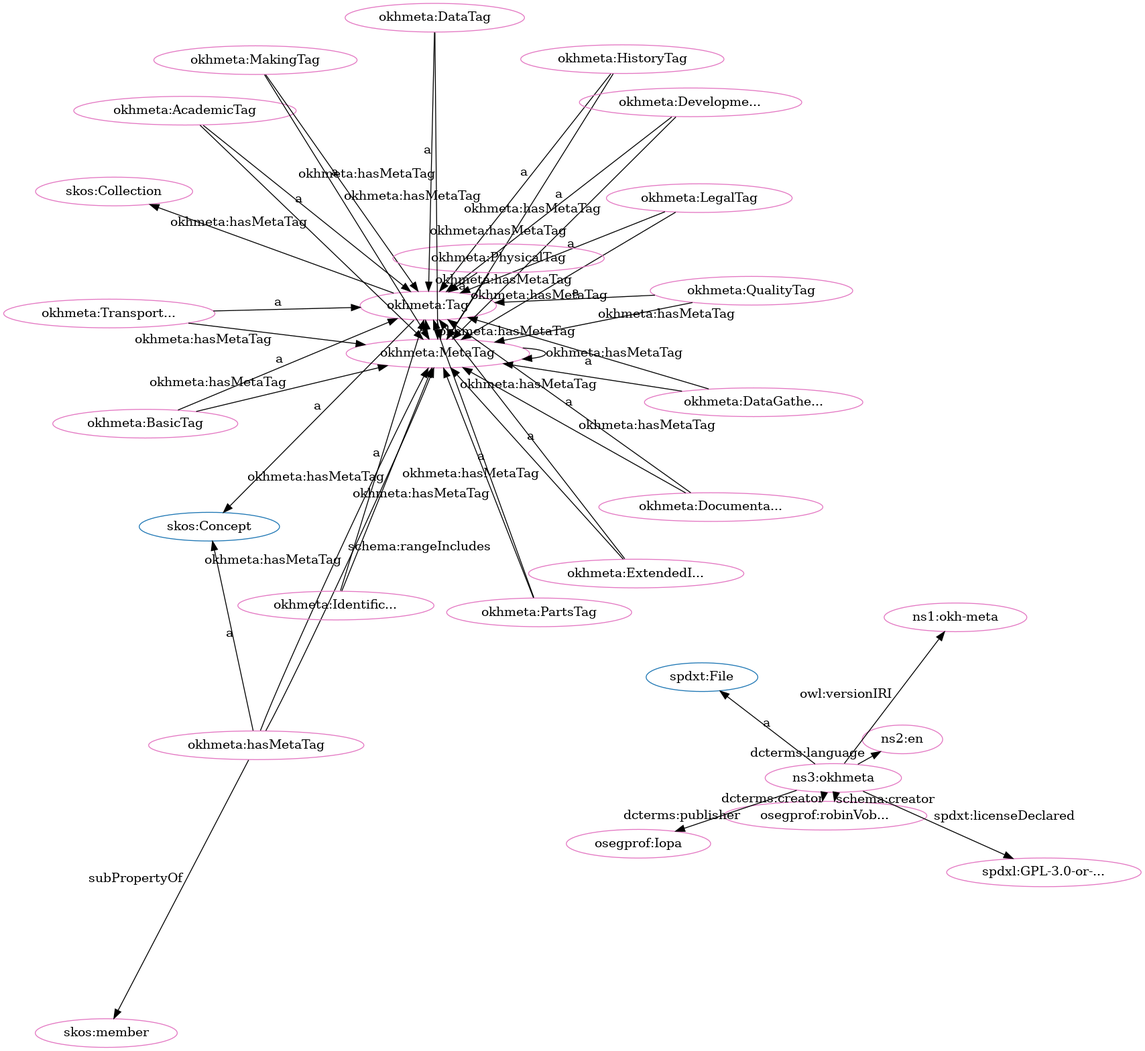
Before: src/spec/fdp_okh-meta-clean.png, a diagram exported from Graphviz (iop-alliance/OpenKnowHow). Its source is kept beside it as src/spec/fdp_okh-meta-clean.dot.
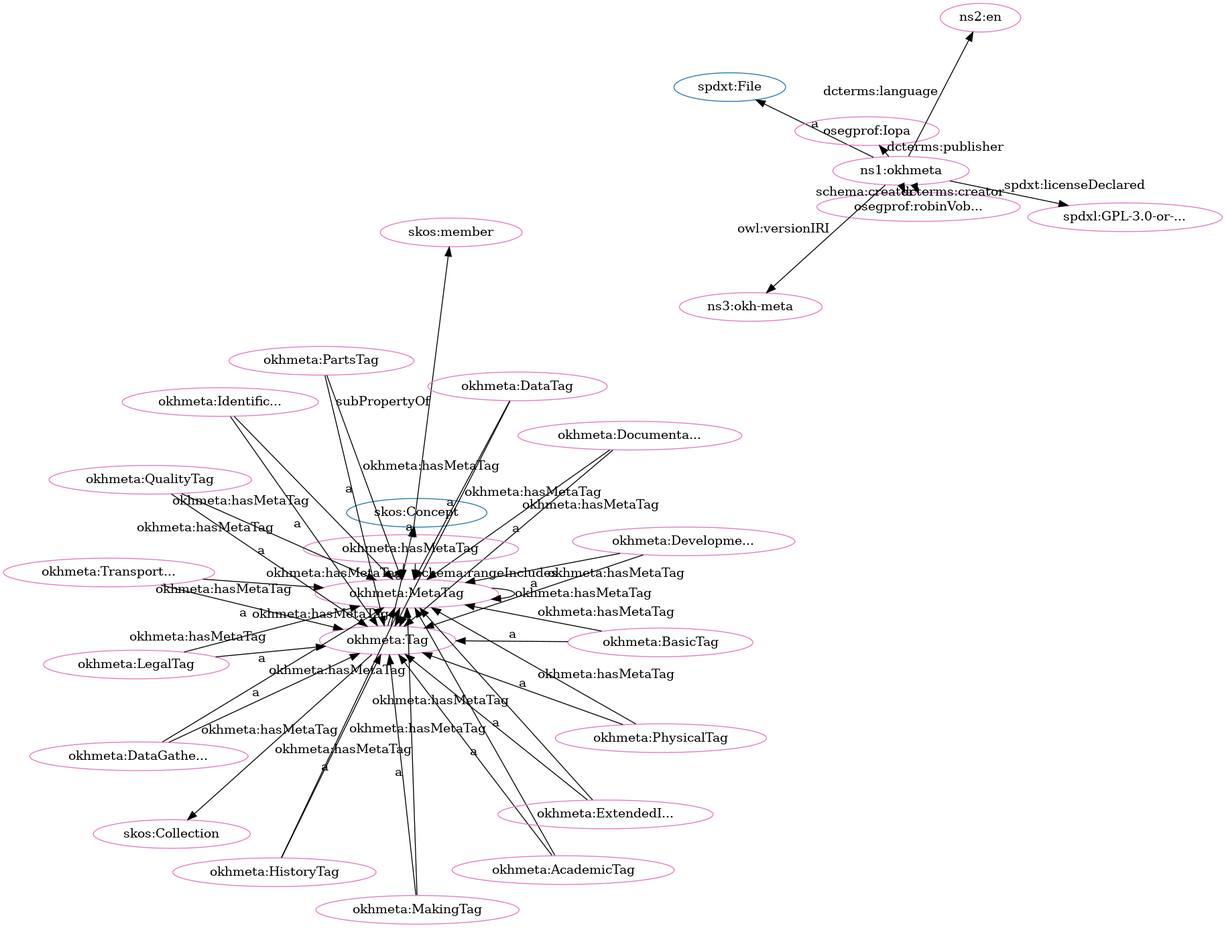
After the change.

Change to the diagram source:
```diff
@@ -2,80 +2,80 @@
   rankdir=BT
   node[height=.3]
 "http://www.w3.org/2004/02/skos/core#Collection" [fillcolor="#1f77b4" color="#1f77b4" label="skos:Collection"]
+"http://www.w3.org/2004/02/skos/core#Concept" [fillcolor="#1f77b4" color="#1f77b4" label="skos:Concept"]
 "https://w3id.org/oseg/ont/okhmeta#MetaTag" [fillcolor="#1f77b4" color="#1f77b4" label="okhmeta:MetaTag"]
-"http://www.w3.org/2004/02/skos/core#Concept" [fillcolor="#1f77b4" color="#1f77b4" label="skos:Concept"]
 "https://w3id.org/oseg/ont/okhmeta#Tag" [fillcolor="#1f77b4" color="#1f77b4" label="okhmeta:Tag"]
 "http://spdx.org/rdf/terms#File" [fillcolor="#1f77b4" color="#1f77b4" label="spdxt:File"]
+"https://w3id.org/oseg/ont/okhmeta#DocumentationTag" [fillcolor="#e377c2" color="#e377c2" label="okhmeta:Documenta..."]
+"https://w3id.org/oseg/ont/oseg-profiles#robinVobruba" [fillcolor="#e377c2" color="#e377c2" label="osegprof:robinVob..."]
+"https://w3id.org/oseg/ont/okhmeta#MetaTag" [fillcolor="#e377c2" color="#e377c2" label="okhmeta:MetaTag"]
+"https://w3id.org/oseg/ont/okhmeta#hasMetaTag" [fillcolor="#e377c2" color="#e377c2" label="okhmeta:hasMetaTag"]
+"https://w3id.org/oseg/ont/okhmeta#Tag" [fillcolor="#e377c2" color="#e377c2" label="okhmeta:Tag"]
+"https://w3id.org/oseg/ont/okhmeta#LegalTag" [fillcolor="#e377c2" color="#e377c2" label="okhmeta:LegalTag"]
+"https://w3id.org/oseg/ont/okhmeta#AcademicTag" [fillcolor="#e377c2" color="#e377c2" label="okhmeta:AcademicTag"]
+"https://w3id.org/oseg/ont/okhmeta#DataGatheringTag" [fillcolor="#e377c2" color="#e377c2" label="okhmeta:DataGathe..."]
+"https://w3id.org/oseg/ont/okhmeta#BasicTag" [fillcolor="#e377c2" color="#e377c2" label="okhmeta:BasicTag"]
+"https://w3id.org/oseg/ont/okhmeta#MakingTag" [fillcolor="#e377c2" color="#e377c2" label="okhmeta:MakingTag"]
+"https://w3id.org/oseg/ont/okhmeta#PartsTag" [fillcolor="#e377c2" color="#e377c2" label="okhmeta:PartsTag"]
+"https://w3id.org/oseg/ont/okhmeta#DataTag" [fillcolor="#e377c2" color="#e377c2" label="okhmeta:DataTag"]
+"https://w3id.org/oseg/ont/okhmeta" [fillcolor="#e377c2" color="#e377c2" label="ns1:okhmeta"]
+"https://w3id.org/oseg/ont/okhmeta#TransportationTag" [fillcolor="#e377c2" color="#e377c2" label="okhmeta:Transport..."]
+"https://w3id.org/oseg/ont/oseg-profiles#Iopa" [fillcolor="#e377c2" color="#e377c2" label="osegprof:Iopa"]
 "http://www.w3.org/2004/02/skos/core#member" [fillcolor="#e377c2" color="#e377c2" label="skos:member"]
-"https://w3id.org/oseg/ont/1.1.0/okh-meta" [fillcolor="#e377c2" color="#e377c2" label="ns1:okh-meta"]
+"https://spdx.org/licenses/GPL-3.0-or-later" [fillcolor="#e377c2" color="#e377c2" label="spdxl:GPL-3.0-or-..."]
+"https://w3id.org/oseg/ont/okhmeta#PhysicalTag" [fillcolor="#e377c2" color="#e377c2" label="okhmeta:PhysicalTag"]
+"https://w3id.org/oseg/ont/okhmeta#ExtendedInfoTag" [fillcolor="#e377c2" color="#e377c2" label="okhmeta:ExtendedI..."]
 "https://w3id.org/oseg/ont/okhmeta#QualityTag" [fillcolor="#e377c2" color="#e377c2" label="okhmeta:QualityTag"]
-"https://w3id.org/oseg/ont/okhmeta#MetaTag" [fillcolor="#e377c2" color="#e377c2" label="okhmeta:MetaTag"]
-"https://w3id.org/oseg/ont/okhmeta#AcademicTag" [fillcolor="#e377c2" color="#e377c2" label="okhmeta:AcademicTag"]
-"https://w3id.org/oseg/ont/okhmeta#ExtendedInfoTag" [fillcolor="#e377c2" color="#e377c2" label="okhmeta:ExtendedI..."]
-"https://w3id.org/oseg/ont/okhmeta#Tag" [fillcolor="#e377c2" color="#e377c2" label="okhmeta:Tag"]
-"https://w3id.org/oseg/ont/okhmeta#DocumentationTag" [fillcolor="#e377c2" color="#e377c2" label="okhmeta:Documenta..."]
-"https://w3id.org/oseg/ont/okhmeta#PartsTag" [fillcolor="#e377c2" color="#e377c2" label="okhmeta:PartsTag"]
-"https://w3id.org/oseg/ont/okhmeta#TransportationTag" [fillcolor="#e377c2" color="#e377c2" label="okhmeta:Transport..."]
-"https://w3id.org/oseg/ont/oseg-profiles#robinVobruba" [fillcolor="#e377c2" color="#e377c2" label="osegprof:robinVob..."]
 "http://id.loc.gov/vocabulary/iso639-1/en" [fillcolor="#e377c2" color="#e377c2" label="ns2:en"]
-"https://w3id.org/oseg/ont/okhmeta#hasMetaTag" [fillcolor="#e377c2" color="#e377c2" label="okhmeta:hasMetaTag"]
-"https://w3id.org/oseg/ont/okhmeta#MakingTag" [fillcolor="#e377c2" color="#e377c2" label="okhmeta:MakingTag"]
+"https://w3id.org/oseg/ont/1.1.0/okh-meta" [fillcolor="#e377c2" color="#e377c2" label="ns3:okh-meta"]
 "https://w3id.org/oseg/ont/okhmeta#HistoryTag" [fillcolor="#e377c2" color="#e377c2" label="okhmeta:HistoryTag"]
+"https://w3id.org/oseg/ont/okhmeta#IdentificationTag" [fillcolor="#e377c2" color="#e377c2" label="okhmeta:Identific..."]
 "http://www.w3.org/2004/02/skos/core#Collection" [fillcolor="#e377c2" color="#e377c2" label="skos:Collection"]
-"https://spdx.org/licenses/GPL-3.0-or-later" [fillcolor="#e377c2" color="#e377c2" label="spdxl:GPL-3.0-or-..."]
 "https://w3id.org/oseg/ont/okhmeta#DevelopmentTag" [fillcolor="#e377c2" color="#e377c2" label="okhmeta:Developme..."]
-"https://w3id.org/oseg/ont/okhmeta#IdentificationTag" [fillcolor="#e377c2" color="#e377c2" label="okhmeta:Identific..."]
-"https://w3id.org/oseg/ont/okhmeta#DataGatheringTag" [fillcolor="#e377c2" color="#e377c2" label="okhmeta:DataGathe..."]
-"https://w3id.org/oseg/ont/okhmeta" [fillcolor="#e377c2" color="#e377c2" label="ns3:okhmeta"]
-"https://w3id.org/oseg/ont/okhmeta#LegalTag" [fillcolor="#e377c2" color="#e377c2" label="okhmeta:LegalTag"]
-"https://w3id.org/oseg/ont/okhmeta#PhysicalTag" [fillcolor="#e377c2" color="#e377c2" label="okhmeta:PhysicalTag"]
-"https://w3id.org/oseg/ont/oseg-profiles#Iopa" [fillcolor="#e377c2" color="#e377c2" label="osegprof:Iopa"]
-"https://w3id.org/oseg/ont/okhmeta#DataTag" [fillcolor="#e377c2" color="#e377c2" label="okhmeta:DataTag"]
-"https://w3id.org/oseg/ont/okhmeta#BasicTag" [fillcolor="#e377c2" color="#e377c2" label="okhmeta:BasicTag"]
+  "https://w3id.org/oseg/ont/okhmeta#DocumentationTag" -> "https://w3id.org/oseg/ont/okhmeta#Tag" [label="a"]
+  "https://w3id.org/oseg/ont/okhmeta#BasicTag" -> "https://w3id.org/oseg/ont/okhmeta#MetaTag" [label="okhmeta:hasMetaTag"]
+  "https://w3id.org/oseg/ont/okhmeta#LegalTag" -> "https://w3id.org/oseg/ont/okhmeta#Tag" [label="a"]
+  "https://w3id.org/oseg/ont/okhmeta#AcademicTag" -> "https://w3id.org/oseg/ont/okhmeta#Tag" [label="a"]
+  "https://w3id.org/oseg/ont/okhmeta#DataGatheringTag" -> "https://w3id.org/oseg/ont/okhmeta#Tag" [label="a"]
+  "https://w3id.org/oseg/ont/okhmeta#BasicTag" -> "https://w3id.org/oseg/ont/okhmeta#Tag" [label="a"]
+  "https://w3id.org/oseg/ont/okhmeta#hasMetaTag" -> "https://w3id.org/oseg/ont/okhmeta#MetaTag" [label="schema:rangeIncludes"]
+  "https://w3id.org/oseg/ont/okhmeta#hasMetaTag" -> "https://w3id.org/oseg/ont/okhmeta#MetaTag" [label="okhmeta:hasMetaTag"]
+  "https://w3id.org/oseg/ont/okhmeta#Tag" -> "https://w3id.org/oseg/ont/okhmeta#MetaTag" [label="okhmeta:hasMetaTag"]
+  "https://w3id.org/oseg/ont/okhmeta#TransportationTag" -> "https://w3id.org/oseg/ont/okhmeta#Tag" [label="a"]
+  "https://w3id.org/oseg/ont/okhmeta" -> "https://w3id.org/oseg/ont/oseg-profiles#Iopa" [label="dcterms:publisher"]
+  "https://w3id.org/oseg/ont/okhmeta#PartsTag" -> "https://w3id.org/oseg/ont/okhmeta#MetaTag" [label="okhmeta:hasMetaTag"]
+  "https://w3id.org/oseg/ont/okhmeta#LegalTag" -> "https://w3id.org/oseg/ont/okhmeta#MetaTag" [label="okhmeta:hasMetaTag"]
+  "https://w3id.org/oseg/ont/okhmeta" -> "https://spdx.org/licenses/GPL-3.0-or-later" [label="spdxt:licenseDeclared"]
+  "https://w3id.org/oseg/ont/okhmeta#QualityTag" -> "https://w3id.org/oseg/ont/okhmeta#MetaTag" [label="okhmeta:hasMetaTag"]
+  "https://w3id.org/oseg/ont/okhmeta#QualityTag" -> "https://w3id.org/oseg/ont/okhmeta#Tag" [label="a"]
+  "https://w3id.org/oseg/ont/okhmeta" -> "http://id.loc.gov/vocabulary/iso639-1/en" [label="dcterms:language"]
+  "https://w3id.org/oseg/ont/okhmeta#HistoryTag" -> "https://w3id.org/oseg/ont/okhmeta#MetaTag" [label="okhmeta:hasMetaTag"]
+  "https://w3id.org/oseg/ont/okhmeta#IdentificationTag" -> "https://w3id.org/oseg/ont/okhmeta#MetaTag" [label="okhmeta:hasMetaTag"]
+  "https://w3id.org/oseg/ont/okhmeta#TransportationTag" -> "https://w3id.org/oseg/ont/okhmeta#MetaTag" [label="okhmeta:hasMetaTag"]
+  "https://w3id.org/oseg/ont/okhmeta#HistoryTag" -> "https://w3id.org/oseg/ont/okhmeta#Tag" [label="a"]
+  "https://w3id.org/oseg/ont/okhmeta#IdentificationTag" -> "https://w3id.org/oseg/ont/okhmeta#Tag" [label="a"]
+  "https://w3id.org/oseg/ont/okhmeta#AcademicTag" -> "https://w3id.org/oseg/ont/okhmeta#MetaTag" [label="okhmeta:hasMetaTag"]
+  "https://w3id.org/oseg/ont/okhmeta" -> "https://w3id.org/oseg/ont/oseg-profiles#robinVobruba" [label="schema:creator"]
+  "https://w3id.org/oseg/ont/okhmeta" -> "https://w3id.org/oseg/ont/oseg-profiles#robinVobruba" [label="dcterms:creator"]
+  "https://w3id.org/oseg/ont/okhmeta#hasMetaTag" -> "http://www.w3.org/2004/02/skos/core#Concept" [label="a"]
+  "https://w3id.org/oseg/ont/okhmeta#Tag" -> "http://www.w3.org/2004/02/skos/core#Concept" [label="a"]
+  "https://w3id.org/oseg/ont/okhmeta#MakingTag" -> "https://w3id.org/oseg/ont/okhmeta#MetaTag" [label="okhmeta:hasMetaTag"]
+  "https://w3id.org/oseg/ont/okhmeta#MetaTag" -> "https://w3id.org/oseg/ont/okhmeta#MetaTag" [label="okhmeta:hasMetaTag"]
+  "https://w3id.org/oseg/ont/okhmeta#MakingTag" -> "https://w3id.org/oseg/ont/okhmeta#Tag" [label="a"]
+  "https://w3id.org/oseg/ont/okhmeta#PartsTag" -> "https://w3id.org/oseg/ont/okhmeta#Tag" [label="a"]
+  "https://w3id.org/oseg/ont/okhmeta#DataTag" -> "https://w3id.org/oseg/ont/okhmeta#MetaTag" [label="okhmeta:hasMetaTag"]
+  "https://w3id.org/oseg/ont/okhmeta#DataTag" -> "https://w3id.org/oseg/ont/okhmeta#Tag" [label="a"]
+  "https://w3id.org/oseg/ont/okhmeta#MetaTag" -> "https://w3id.org/oseg/ont/okhmeta#Tag" [label="a"]
+  "https://w3id.org/oseg/ont/okhmeta" -> "http://spdx.org/rdf/terms#File" [label="a"]
+  "https://w3id.org/oseg/ont/okhmeta#PhysicalTag" -> "https://w3id.org/oseg/ont/okhmeta#MetaTag" [label="okhmeta:hasMetaTag"]
   "https://w3id.org/oseg/ont/okhmeta#hasMetaTag" -> "http://www.w3.org/2004/02/skos/core#member" [label="subPropertyOf"]
-  "https://w3id.org/oseg/ont/okhmeta#QualityTag" -> "https://w3id.org/oseg/ont/okhmeta#Tag" [label="a"]
-  "https://w3id.org/oseg/ont/okhmeta#hasMetaTag" -> "https://w3id.org/oseg/ont/okhmeta#MetaTag" [label="okhmeta:hasMetaTag"]
-  "https://w3id.org/oseg/ont/okhmeta#AcademicTag" -> "https://w3id.org/oseg/ont/okhmeta#Tag" [label="a"]
+  "https://w3id.org/oseg/ont/okhmeta#PhysicalTag" -> "https://w3id.org/oseg/ont/okhmeta#Tag" [label="a"]
+  "https://w3id.org/oseg/ont/okhmeta#ExtendedInfoTag" -> "https://w3id.org/oseg/ont/okhmeta#MetaTag" [label="okhmeta:hasMetaTag"]
   "https://w3id.org/oseg/ont/okhmeta#ExtendedInfoTag" -> "https://w3id.org/oseg/ont/okhmeta#Tag" [label="a"]
-  "https://w3id.org/oseg/ont/okhmeta#Tag" -> "http://www.w3.org/2004/02/skos/core#Concept" [label="a"]
-  "https://w3id.org/oseg/ont/okhmeta#hasMetaTag" -> "https://w3id.org/oseg/ont/okhmeta#MetaTag" [label="schema:rangeIncludes"]
-  "https://w3id.org/oseg/ont/okhmeta#DocumentationTag" -> "https://w3id.org/oseg/ont/okhmeta#Tag" [label="a"]
-  "https://w3id.org/oseg/ont/okhmeta" -> "https://w3id.org/oseg/ont/oseg-profiles#robinVobruba" [label="schema:creator"]
-  "https://w3id.org/oseg/ont/okhmeta#hasMetaTag" -> "http://www.w3.org/2004/02/skos/core#Concept" [label="a"]
+  "https://w3id.org/oseg/ont/okhmeta" -> "https://w3id.org/oseg/ont/1.1.0/okh-meta" [label="owl:versionIRI"]
+  "https://w3id.org/oseg/ont/okhmeta#DevelopmentTag" -> "https://w3id.org/oseg/ont/okhmeta#MetaTag" [label="okhmeta:hasMetaTag"]
   "https://w3id.org/oseg/ont/okhmeta#Tag" -> "http://www.w3.org/2004/02/skos/core#Collection" [label=""]
-  "https://w3id.org/oseg/ont/okhmeta#LegalTag" -> "https://w3id.org/oseg/ont/okhmeta#MetaTag" [label="okhmeta:hasMetaTag"]
-  "https://w3id.org/oseg/ont/okhmeta#IdentificationTag" -> "https://w3id.org/oseg/ont/okhmeta#Tag" [label="a"]
-  "https://w3id.org/oseg/ont/okhmeta#DataGatheringTag" -> "https://w3id.org/oseg/ont/okhmeta#Tag" [label="a"]
-  "https://w3id.org/oseg/ont/okhmeta#LegalTag" -> "https://w3id.org/oseg/ont/okhmeta#Tag" [label="a"]
-  "https://w3id.org/oseg/ont/okhmeta#BasicTag" -> "https://w3id.org/oseg/ont/okhmeta#MetaTag" [label="okhmeta:hasMetaTag"]
-  "https://w3id.org/oseg/ont/okhmeta#HistoryTag" -> "https://w3id.org/oseg/ont/okhmeta#MetaTag" [label="okhmeta:hasMetaTag"]
-  "https://w3id.org/oseg/ont/okhmeta#BasicTag" -> "https://w3id.org/oseg/ont/okhmeta#Tag" [label="a"]
-  "https://w3id.org/oseg/ont/okhmeta" -> "https://w3id.org/oseg/ont/oseg-profiles#robinVobruba" [label="dcterms:creator"]
-  "https://w3id.org/oseg/ont/okhmeta" -> "http://spdx.org/rdf/terms#File" [label="a"]
-  "https://w3id.org/oseg/ont/okhmeta" -> "https://w3id.org/oseg/ont/1.1.0/okh-meta" [label="owl:versionIRI"]
-  "https://w3id.org/oseg/ont/okhmeta#PartsTag" -> "https://w3id.org/oseg/ont/okhmeta#MetaTag" [label="okhmeta:hasMetaTag"]
+  "https://w3id.org/oseg/ont/okhmeta#DevelopmentTag" -> "https://w3id.org/oseg/ont/okhmeta#Tag" [label="a"]
+  "https://w3id.org/oseg/ont/okhmeta#DocumentationTag" -> "https://w3id.org/oseg/ont/okhmeta#MetaTag" [label="okhmeta:hasMetaTag"]
   "https://w3id.org/oseg/ont/okhmeta#DataGatheringTag" -> "https://w3id.org/oseg/ont/okhmeta#MetaTag" [label="okhmeta:hasMetaTag"]
-  "https://w3id.org/oseg/ont/okhmeta#DataTag" -> "https://w3id.org/oseg/ont/okhmeta#MetaTag" [label="okhmeta:hasMetaTag"]
-  "https://w3id.org/oseg/ont/okhmeta#PartsTag" -> "https://w3id.org/oseg/ont/okhmeta#Tag" [label="a"]
-  "https://w3id.org/oseg/ont/okhmeta#TransportationTag" -> "https://w3id.org/oseg/ont/okhmeta#Tag" [label="a"]
-  "https://w3id.org/oseg/ont/okhmeta#DevelopmentTag" -> "https://w3id.org/oseg/ont/okhmeta#MetaTag" [label="okhmeta:hasMetaTag"]
-  "https://w3id.org/oseg/ont/okhmeta" -> "http://id.loc.gov/vocabulary/iso639-1/en" [label="dcterms:language"]
-  "https://w3id.org/oseg/ont/okhmeta#MakingTag" -> "https://w3id.org/oseg/ont/okhmeta#Tag" [label="a"]
-  "https://w3id.org/oseg/ont/okhmeta#QualityTag" -> "https://w3id.org/oseg/ont/okhmeta#MetaTag" [label="okhmeta:hasMetaTag"]
-  "https://w3id.org/oseg/ont/okhmeta#HistoryTag" -> "https://w3id.org/oseg/ont/okhmeta#Tag" [label="a"]
-  "https://w3id.org/oseg/ont/okhmeta#IdentificationTag" -> "https://w3id.org/oseg/ont/okhmeta#MetaTag" [label="okhmeta:hasMetaTag"]
-  "https://w3id.org/oseg/ont/okhmeta#AcademicTag" -> "https://w3id.org/oseg/ont/okhmeta#MetaTag" [label="okhmeta:hasMetaTag"]
-  "https://w3id.org/oseg/ont/okhmeta#ExtendedInfoTag" -> "https://w3id.org/oseg/ont/okhmeta#MetaTag" [label="okhmeta:hasMetaTag"]
-  "https://w3id.org/oseg/ont/okhmeta" -> "https://spdx.org/licenses/GPL-3.0-or-later" [label="spdxt:licenseDeclared"]
-  "https://w3id.org/oseg/ont/okhmeta#PhysicalTag" -> "https://w3id.org/oseg/ont/okhmeta#MetaTag" [label="okhmeta:hasMetaTag"]
-  "https://w3id.org/oseg/ont/okhmeta#DevelopmentTag" -> "https://w3id.org/oseg/ont/okhmeta#Tag" [label="a"]
-  "https://w3id.org/oseg/ont/okhmeta#MetaTag" -> "https://w3id.org/oseg/ont/okhmeta#MetaTag" [label="okhmeta:hasMetaTag"]
-  "https://w3id.org/oseg/ont/okhmeta#DocumentationTag" -> "https://w3id.org/oseg/ont/okhmeta#MetaTag" [label="okhmeta:hasMetaTag"]
-  "https://w3id.org/oseg/ont/okhmeta#TransportationTag" -> "https://w3id.org/oseg/ont/okhmeta#MetaTag" [label="okhmeta:hasMetaTag"]
-  "https://w3id.org/oseg/ont/okhmeta#PhysicalTag" -> "https://w3id.org/oseg/ont/okhmeta#Tag" [label="a"]
-  "https://w3id.org/oseg/ont/okhmeta" -> "https://w3id.org/oseg/ont/oseg-profiles#Iopa" [label="dcterms:publisher"]
-  "https://w3id.org/oseg/ont/okhmeta#MetaTag" -> "https://w3id.org/oseg/ont/okhmeta#Tag" [label="a"]
-  "https://w3id.org/oseg/ont/okhmeta#DataTag" -> "https://w3id.org/oseg/ont/okhmeta#Tag" [label="a"]
-  "https://w3id.org/oseg/ont/okhmeta#MakingTag" -> "https://w3id.org/oseg/ont/okhmeta#MetaTag" [label="okhmeta:hasMetaTag"]
-  "https://w3id.org/oseg/ont/okhmeta#Tag" -> "https://w3id.org/oseg/ont/okhmeta#MetaTag" [label="okhmeta:hasMetaTag"]
 }
```
